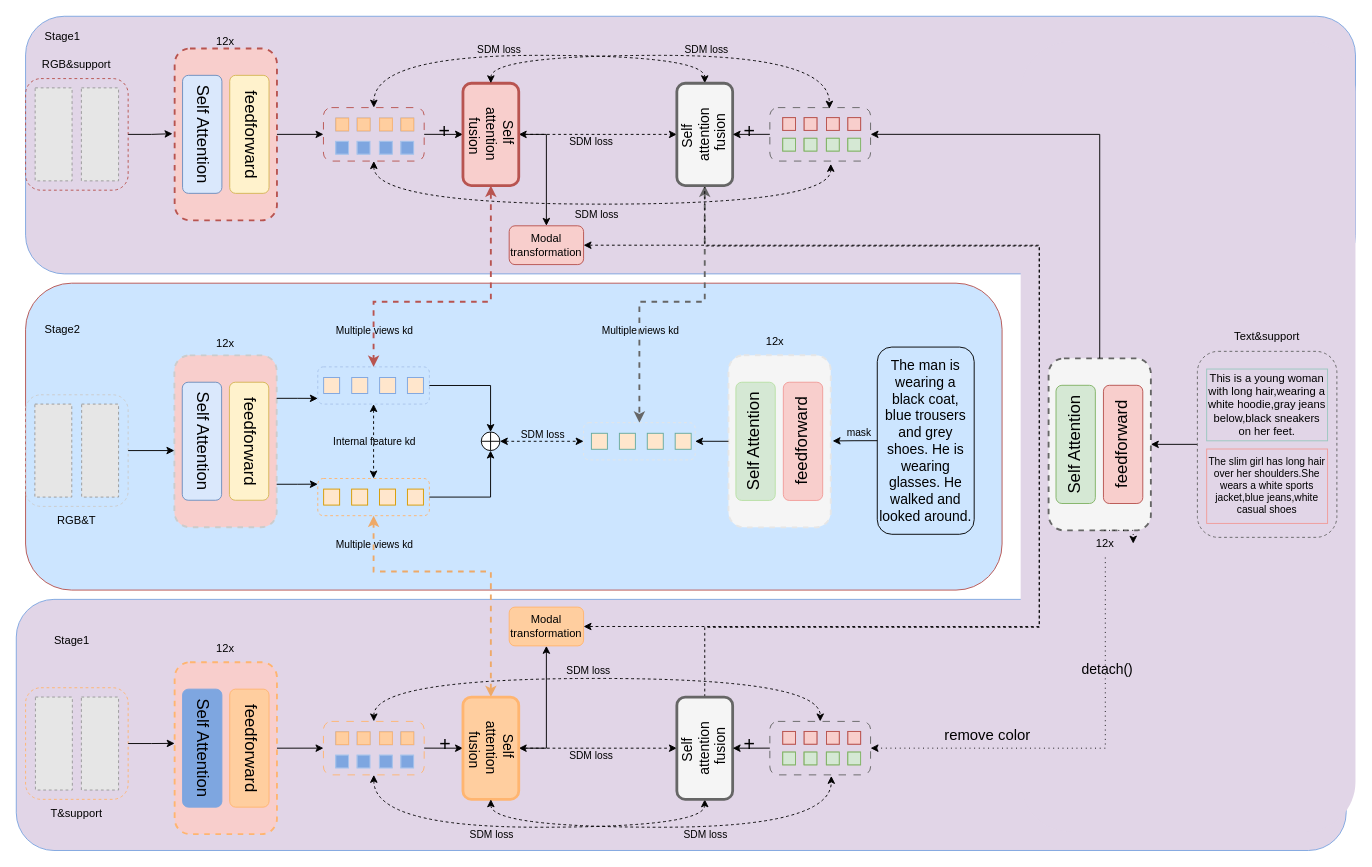
Earlier version of the draw.io diagram 11.30mulkd.drawio (CZYdeGithub/drawio). Source tidied: cells renumbered, new cells numbered last; positions are measured from the earlier drawing's top-left corner, leaving out a move shared by most shapes. Both pictures are drawn from the tidied source at 93%, with x=0, y=0 at pixel (16, 16). Pictures stored in the file or linked from it are replaced by grey dashed boxes.
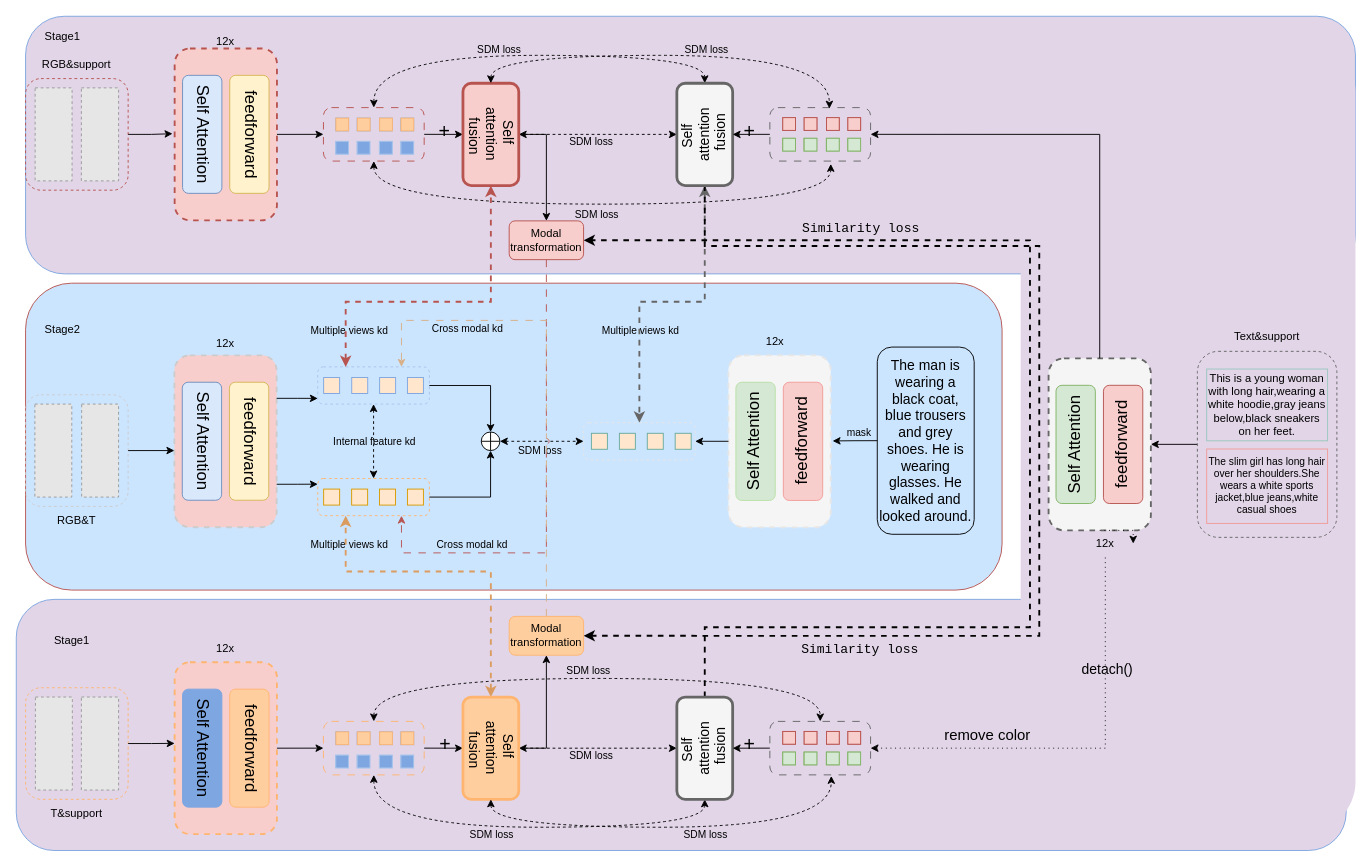
The same diagram, later.

The change refers to these unchanged cells:
```xml
<mxCell id="17" value="Self&amp;nbsp;&lt;div style=&quot;font-size: 15px;&quot;&gt;attention&lt;/div&gt;&lt;div style=&quot;font-size: 15px;&quot;&gt;&amp;nbsp;fusion&lt;/div&gt;" style="rounded=1;whiteSpace=wrap;html=1;direction=west;textDirection=vertical-rl;fontSize=15;strokeColor=#b85450;strokeWidth=3;fillColor=#f8cecc;" parent="1" vertex="1">
  <mxGeometry x="480.3" y="72" width="60" height="110" as="geometry" />
</mxCell>
<mxCell id="20" value="Self&amp;nbsp;&lt;div style=&quot;font-size: 15px;&quot;&gt;attention&lt;/div&gt;&lt;div style=&quot;font-size: 15px;&quot;&gt;&amp;nbsp;fusion&lt;/div&gt;" style="rounded=1;whiteSpace=wrap;html=1;direction=east;textDirection=vertical-rl;fontSize=15;strokeColor=#666666;flipV=1;flipH=1;rotation=-180;strokeWidth=3;fillColor=#f5f5f5;" parent="1" vertex="1">
  <mxGeometry x="710.3" y="72" width="60" height="110" as="geometry" />
</mxCell>
<mxCell id="88" style="rounded=1;whiteSpace=wrap;html=1;gradientColor=none;fillColor=none;dashed=1;strokeColor=#A9C4EB;" parent="83" vertex="1">
  <mxGeometry width="120" height="40" as="geometry" />
</mxCell>
<mxCell id="95" style="rounded=1;whiteSpace=wrap;html=1;gradientColor=none;fillColor=none;strokeColor=#FFB570;dashed=1;" parent="89" vertex="1">
  <mxGeometry width="120" height="40" as="geometry" />
</mxCell>
<mxCell id="142" value="Self&amp;nbsp;&lt;div style=&quot;font-size: 15px;&quot;&gt;attention&lt;/div&gt;&lt;div style=&quot;font-size: 15px;&quot;&gt;&amp;nbsp;fusion&lt;/div&gt;" style="rounded=1;whiteSpace=wrap;html=1;direction=east;textDirection=vertical-rl;fontSize=15;strokeColor=#666666;flipV=1;flipH=1;rotation=-180;strokeWidth=3;fillColor=#f5f5f5;" parent="1" vertex="1">
  <mxGeometry x="710.3" y="732" width="60" height="110" as="geometry" />
</mxCell>
```

The edit, as a diff of the source:
```diff
@@
-    <mxCell id="15" style="edgeStyle=orthogonalEdgeStyle;rounded=0;jettySize=auto;html=1;exitX=0.5;exitY=0;exitDx=0;exitDy=0;entryX=0.5;entryY=0;entryDx=0;entryDy=0;dashed=1;startArrow=classic;startFill=1;strokeColor=#b85450;strokeWidth=2;" parent="1" edge="1" source="17" target="88">
-      <mxGeometry relative="1" as="geometry">
-        <Array as="points">
-          <mxPoint x="510" y="307" />
-          <mxPoint x="384" y="307" />
-        </Array>
-      </mxGeometry>
-    </mxCell>
@@
-    <mxCell id="19" style="edgeStyle=orthogonalEdgeStyle;rounded=0;jettySize=auto;html=1;exitX=0.5;exitY=0;exitDx=0;exitDy=0;entryX=1;entryY=0.5;entryDx=0;entryDy=0;dashed=1;" parent="1" edge="1" source="20" target="200">
+    <mxCell id="19" style="edgeStyle=orthogonalEdgeStyle;rounded=0;jettySize=auto;html=1;exitX=0.5;exitY=0;exitDx=0;exitDy=0;entryX=1;entryY=0.5;entryDx=0;entryDy=0;dashed=1;strokeWidth=2;" parent="1" edge="1" source="20" target="200">
       <mxGeometry relative="1" as="geometry">
         <Array as="points">
           <mxPoint x="740" y="247" />
           <mxPoint x="1100" y="247" />
-          <mxPoint x="1100" y="656" />
+          <mxPoint x="1100" y="666" />
         </Array>
       </mxGeometry>
     </mxCell>
+    <mxCell id="204" value="&lt;div style=&quot;font-family: Consolas, &amp;quot;Courier New&amp;quot;, monospace; font-size: 14px; line-height: 19px; white-space-collapse: preserve;&quot;&gt;&lt;span style=&quot;&quot;&gt;Similarity loss&lt;/span&gt;&lt;/div&gt;" style="edgeLabel;html=1;align=center;verticalAlign=middle;labelBackgroundColor=none;fontColor=default;" parent="19" vertex="1">
+      <mxGeometry x="0.55" y="-2" relative="1" as="geometry">
+        <mxPoint x="-3" y="16" as="offset" />
+      </mxGeometry>
+    </mxCell>
@@
     <mxCell id="120" value="Multiple views kd" style="edgeLabel;html=1;align=center;verticalAlign=middle;labelBackgroundColor=none;" parent="1" vertex="1">
-      <mxGeometry x="384" y="567" as="geometry" />
+      <mxGeometry x="357.5" y="567" as="geometry" />
     </mxCell>
@@
-    <mxCell id="126" style="edgeStyle=orthogonalEdgeStyle;rounded=0;jettySize=auto;html=1;exitX=0.5;exitY=1;exitDx=0;exitDy=0;entryX=0.5;entryY=1;entryDx=0;entryDy=0;startArrow=classic;startFill=1;dashed=1;strokeColor=#eea968;strokeWidth=2;" parent="1" edge="1" source="140" target="95">
-      <mxGeometry relative="1" as="geometry">
-        <Array as="points">
-          <mxPoint x="510" y="597" />
-          <mxPoint x="384" y="597" />
-        </Array>
-      </mxGeometry>
-    </mxCell>
     <mxCell id="127" value="Multiple views kd" style="edgeLabel;html=1;align=center;verticalAlign=middle;labelBackgroundColor=none;" parent="1" vertex="1">
-      <mxGeometry x="384.5" y="337" as="geometry" />
+      <mxGeometry x="357.5" y="337" as="geometry" />
     </mxCell>
     <mxCell id="128" value="SDM loss" style="edgeLabel;html=1;align=center;verticalAlign=middle;labelBackgroundColor=none;" parent="1" vertex="1">
-      <mxGeometry x="580" y="447" as="geometry">
-        <mxPoint x="-15" y="2" as="offset" />
+      <mxGeometry x="570" y="465.3" as="geometry">
+        <mxPoint x="-8" y="1" as="offset" />
       </mxGeometry>
     </mxCell>
@@
+    <mxCell id="126" style="edgeStyle=orthogonalEdgeStyle;rounded=0;jettySize=auto;html=1;exitX=0.5;exitY=1;exitDx=0;exitDy=0;entryX=0.25;entryY=1;entryDx=0;entryDy=0;startArrow=classic;startFill=1;strokeColor=#DB9C60;dashed=1;strokeWidth=2;" parent="1" edge="1" source="140" target="95">
+      <mxGeometry relative="1" as="geometry">
+        <Array as="points">
+          <mxPoint x="510" y="597" />
+          <mxPoint x="354" y="597" />
+        </Array>
+      </mxGeometry>
+    </mxCell>
-    <mxCell id="140" value="Self&amp;nbsp;&lt;div style=&quot;font-size: 15px;&quot;&gt;attention&lt;/div&gt;&lt;div style=&quot;font-size: 15px;&quot;&gt;&amp;nbsp;fusion&lt;/div&gt;" style="rounded=1;whiteSpace=wrap;html=1;direction=west;textDirection=vertical-rl;fontSize=15;strokeColor=#FFB570;strokeWidth=3;fillColor=#ffce9f;" parent="1" vertex="1">
+    <mxCell id="140" value="Self&amp;nbsp;&lt;div style=&quot;font-size: 15px;&quot;&gt;attention&lt;/div&gt;&lt;div style=&quot;font-size: 15px;&quot;&gt;&amp;nbsp;fusion&lt;/div&gt;" style="rounded=1;whiteSpace=wrap;html=1;direction=west;textDirection=vertical-rl;fontSize=15;strokeColor=#ffb570;strokeWidth=3;fillColor=#ffce9f;" parent="1" vertex="1">
       <mxGeometry x="480.3" y="732" width="60" height="110" as="geometry" />
     </mxCell>
-    <mxCell id="141" style="edgeStyle=orthogonalEdgeStyle;rounded=0;jettySize=auto;html=1;exitX=0.5;exitY=1;exitDx=0;exitDy=0;entryX=1;entryY=0.5;entryDx=0;entryDy=0;dashed=1;" parent="1" edge="1" source="142" target="199">
+    <mxCell id="141" style="edgeStyle=orthogonalEdgeStyle;rounded=0;jettySize=auto;html=1;exitX=0.5;exitY=1;exitDx=0;exitDy=0;entryX=1;entryY=0.5;entryDx=0;entryDy=0;dashed=1;strokeWidth=2;" parent="1" edge="1" source="142" target="199">
       <mxGeometry relative="1" as="geometry">
         <Array as="points">
           <mxPoint x="740" y="657" />
-          <mxPoint x="1100" y="657" />
-          <mxPoint x="1100" y="246" />
+          <mxPoint x="1090" y="657" />
+          <mxPoint x="1090" y="241" />
         </Array>
       </mxGeometry>
     </mxCell>
@@
+    <mxCell id="205" style="edgeStyle=orthogonalEdgeStyle;rounded=0;jettySize=auto;html=1;exitX=0.5;exitY=1;exitDx=0;exitDy=0;entryX=0.75;entryY=1;entryDx=0;entryDy=0;jumpStyle=arc;strokeColor=#b85450;dashed=1;dashPattern=8 8;" parent="1" edge="1" source="199" target="95">
+      <mxGeometry relative="1" as="geometry">
+        <Array as="points">
+          <mxPoint x="570" y="577" />
+          <mxPoint x="414" y="577" />
+        </Array>
+      </mxGeometry>
+    </mxCell>
     <mxCell id="199" value="Modal transformation" style="rounded=1;whiteSpace=wrap;html=1;fillColor=#f8cecc;strokeColor=#b85450;" parent="1" vertex="1">
-      <mxGeometry x="530" y="225.3" width="80" height="41.7" as="geometry" />
+      <mxGeometry x="530" y="220" width="80" height="41.7" as="geometry" />
     </mxCell>
+    <mxCell id="206" style="edgeStyle=orthogonalEdgeStyle;rounded=0;jettySize=auto;html=1;exitX=0.5;exitY=0;exitDx=0;exitDy=0;entryX=0.75;entryY=0;entryDx=0;entryDy=0;jumpStyle=arc;strokeColor=#D9AF87;dashed=1;dashPattern=8 8;" parent="1" edge="1" source="200" target="88">
+      <mxGeometry relative="1" as="geometry">
+        <Array as="points">
+          <mxPoint x="570" y="327" />
+          <mxPoint x="414" y="327" />
+        </Array>
+      </mxGeometry>
+    </mxCell>
     <mxCell id="200" value="Modal transformation" style="rounded=1;whiteSpace=wrap;html=1;fillColor=#ffce9f;strokeColor=#ffb570;" parent="1" vertex="1">
-      <mxGeometry x="530" y="635.3" width="80" height="41.7" as="geometry" />
+      <mxGeometry x="530" y="645.3" width="80" height="41.7" as="geometry" />
     </mxCell>
@@
+    <mxCell id="207" value="&lt;div style=&quot;font-family: Consolas, &amp;quot;Courier New&amp;quot;, monospace; font-size: 14px; line-height: 19px; white-space-collapse: preserve;&quot;&gt;&lt;span style=&quot;&quot;&gt;Similarity loss&lt;/span&gt;&lt;/div&gt;" style="edgeLabel;html=1;align=center;verticalAlign=middle;labelBackgroundColor=none;fontColor=default;" parent="1" vertex="1">
+      <mxGeometry x="907.8" y="227" as="geometry" />
+    </mxCell>
+    <mxCell id="208" style="edgeStyle=orthogonalEdgeStyle;rounded=0;jettySize=auto;html=1;exitX=0.25;exitY=0;exitDx=0;exitDy=0;entryX=0.5;entryY=0;entryDx=0;entryDy=0;startArrow=classic;startFill=1;dashed=1;strokeColor=#b85450;strokeWidth=2;" parent="1" edge="1" source="88" target="17">
+      <mxGeometry relative="1" as="geometry">
+        <Array as="points">
+          <mxPoint x="354" y="307" />
+          <mxPoint x="510" y="307" />
+        </Array>
+      </mxGeometry>
+    </mxCell>
+    <mxCell id="209" value="Cross modal kd" style="edgeLabel;html=1;align=center;verticalAlign=middle;labelBackgroundColor=none;" parent="1" vertex="1">
+      <mxGeometry x="490" y="567" as="geometry">
+        <mxPoint x="-1" as="offset" />
+      </mxGeometry>
+    </mxCell>
+    <mxCell id="210" value="Cross modal kd" style="edgeLabel;html=1;align=center;verticalAlign=middle;labelBackgroundColor=none;" parent="1" vertex="1">
+      <mxGeometry x="500" y="560.3" as="geometry">
+        <mxPoint x="-16" y="-225" as="offset" />
+      </mxGeometry>
+    </mxCell>
```
